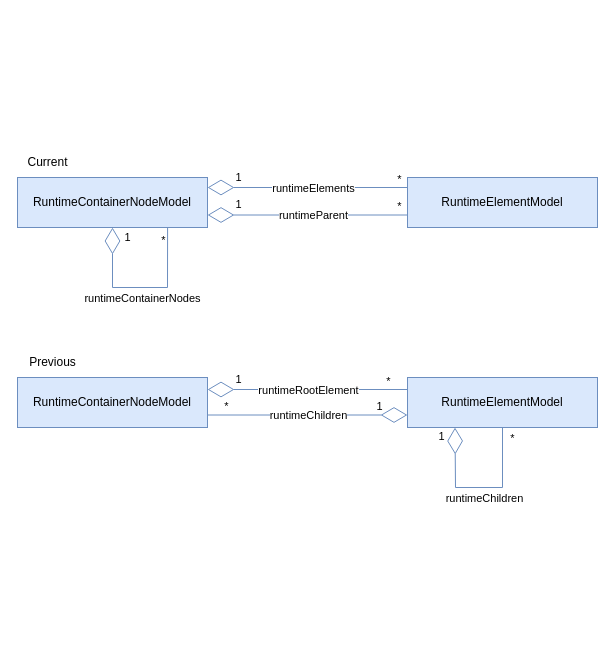
This is page "class-diagram" (5 of 5) of renderpipe.drawio from codelab-app/diagrams, a draw.io file, before an edit. Source tidied: cells renumbered, new cells numbered last; positions are measured from the earlier drawing's top-left corner, leaving out a move shared by most shapes. Both pictures are drawn from the tidied source at 100%, with x=0, y=0 at pixel (17, 147).
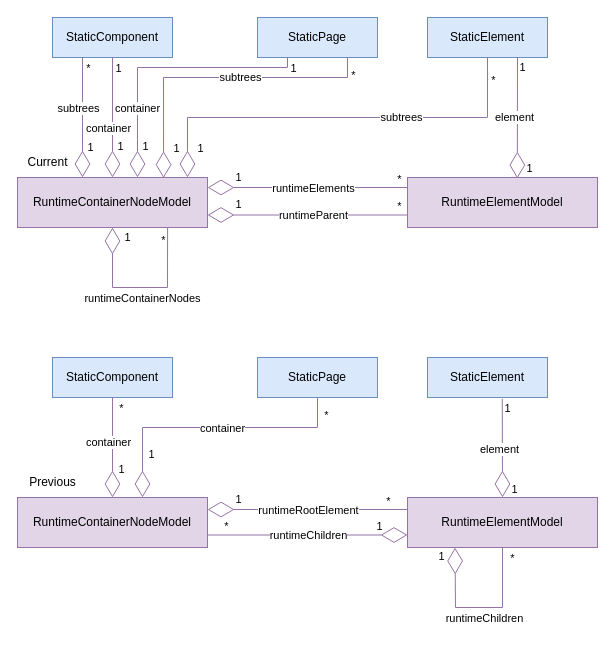
The same page after the edit.

Commit message:
wip: update class diagram

What changed in the source:
```diff
@@
-    <mxCell id="2" value="RuntimeContainerNodeModel" style="html=1;whiteSpace=wrap;fillColor=#dae8fc;strokeColor=#6c8ebf;" parent="1" vertex="1">
+    <mxCell id="2" value="RuntimeContainerNodeModel" style="html=1;whiteSpace=wrap;fillColor=#e1d5e7;strokeColor=#9673a6;" parent="1" vertex="1">
       <mxGeometry y="30" width="190" height="50" as="geometry" />
     </mxCell>
-    <mxCell id="3" value="RuntimeElementModel" style="html=1;whiteSpace=wrap;fillColor=#dae8fc;strokeColor=#6c8ebf;" parent="1" vertex="1">
+    <mxCell id="3" value="RuntimeElementModel" style="html=1;whiteSpace=wrap;fillColor=#e1d5e7;strokeColor=#9673a6;" parent="1" vertex="1">
       <mxGeometry x="390" y="30" width="190" height="50" as="geometry" />
     </mxCell>
-    <mxCell id="4" style="endArrow=diamondThin;endFill=0;endSize=24;html=1;rounded=0;entryX=1;entryY=0.5;entryDx=0;entryDy=0;fillColor=#dae8fc;strokeColor=#6c8ebf;" parent="1" edge="1">
+    <mxCell id="4" style="endArrow=diamondThin;endFill=0;endSize=24;html=1;rounded=0;entryX=1;entryY=0.5;entryDx=0;entryDy=0;fillColor=#e1d5e7;strokeColor=#9673a6;" parent="1" edge="1">
       <mxGeometry relative="1" as="geometry">
         <mxPoint x="390" y="40" as="sourcePoint" />
         <mxPoint x="190" y="40" as="targetPoint" />
       </mxGeometry>
     </mxCell>
@@
-    <mxCell id="8" style="endArrow=diamondThin;endFill=0;endSize=24;html=1;rounded=0;entryX=1;entryY=0.75;entryDx=0;entryDy=0;exitX=0;exitY=0.75;exitDx=0;exitDy=0;fillColor=#dae8fc;strokeColor=#6c8ebf;" parent="1" edge="1" source="3" target="2">
+    <mxCell id="8" style="endArrow=diamondThin;endFill=0;endSize=24;html=1;rounded=0;entryX=1;entryY=0.75;entryDx=0;entryDy=0;exitX=0;exitY=0.75;exitDx=0;exitDy=0;fillColor=#e1d5e7;strokeColor=#9673a6;" parent="1" edge="1" source="3" target="2">
       <mxGeometry relative="1" as="geometry" />
     </mxCell>
@@
-    <mxCell id="12" style="endArrow=diamondThin;endFill=0;endSize=24;html=1;rounded=0;exitX=0.79;exitY=1.002;exitDx=0;exitDy=0;entryX=0.5;entryY=1;entryDx=0;entryDy=0;exitPerimeter=0;fillColor=#dae8fc;strokeColor=#6c8ebf;" parent="1" edge="1" source="2" target="2">
+    <mxCell id="12" style="endArrow=diamondThin;endFill=0;endSize=24;html=1;rounded=0;exitX=0.79;exitY=1.002;exitDx=0;exitDy=0;entryX=0.5;entryY=1;entryDx=0;entryDy=0;exitPerimeter=0;fillColor=#e1d5e7;strokeColor=#9673a6;" parent="1" edge="1" source="2" target="2">
       <mxGeometry relative="1" as="geometry">
         <Array as="points">
           <mxPoint x="150" y="140" />
           <mxPoint x="95" y="140" />
         </Array>
       </mxGeometry>
     </mxCell>
@@
-    <mxCell id="16" value="RuntimeContainerNodeModel" style="html=1;whiteSpace=wrap;fillColor=#dae8fc;strokeColor=#6c8ebf;" parent="1" vertex="1">
-      <mxGeometry y="230" width="190" height="50" as="geometry" />
+    <mxCell id="16" value="RuntimeContainerNodeModel" style="html=1;whiteSpace=wrap;fillColor=#e1d5e7;strokeColor=#9673a6;" parent="1" vertex="1">
+      <mxGeometry y="350" width="190" height="50" as="geometry" />
     </mxCell>
-    <mxCell id="17" value="RuntimeElementModel" style="html=1;whiteSpace=wrap;fillColor=#dae8fc;strokeColor=#6c8ebf;" parent="1" vertex="1">
-      <mxGeometry x="390" y="230" width="190" height="50" as="geometry" />
+    <mxCell id="17" value="RuntimeElementModel" style="html=1;whiteSpace=wrap;fillColor=#e1d5e7;strokeColor=#9673a6;" parent="1" vertex="1">
+      <mxGeometry x="390" y="350" width="190" height="50" as="geometry" />
     </mxCell>
-    <mxCell id="18" style="endArrow=diamondThin;endFill=0;endSize=24;html=1;rounded=0;entryX=1;entryY=0.5;entryDx=0;entryDy=0;exitX=0;exitY=0.5;exitDx=0;exitDy=0;fillColor=#dae8fc;strokeColor=#6c8ebf;" parent="1" edge="1">
+    <mxCell id="18" style="endArrow=diamondThin;endFill=0;endSize=24;html=1;rounded=0;entryX=1;entryY=0.5;entryDx=0;entryDy=0;exitX=0;exitY=0.5;exitDx=0;exitDy=0;fillColor=#e1d5e7;strokeColor=#9673a6;" parent="1" edge="1">
       <mxGeometry relative="1" as="geometry">
-        <mxPoint x="390" y="242" as="sourcePoint" />
-        <mxPoint x="190" y="242" as="targetPoint" />
+        <mxPoint x="390" y="362" as="sourcePoint" />
+        <mxPoint x="190" y="362" as="targetPoint" />
       </mxGeometry>
     </mxCell>
@@
-    <mxCell id="22" style="endArrow=diamondThin;endFill=0;endSize=24;html=1;rounded=0;entryX=0;entryY=0.75;entryDx=0;entryDy=0;exitX=1;exitY=0.75;exitDx=0;exitDy=0;fillColor=#dae8fc;strokeColor=#6c8ebf;" parent="1" edge="1" source="16" target="17">
+    <mxCell id="22" style="endArrow=diamondThin;endFill=0;endSize=24;html=1;rounded=0;entryX=0;entryY=0.75;entryDx=0;entryDy=0;exitX=1;exitY=0.75;exitDx=0;exitDy=0;fillColor=#e1d5e7;strokeColor=#9673a6;" parent="1" edge="1" source="16" target="17">
       <mxGeometry relative="1" as="geometry" />
     </mxCell>
@@
-    <mxCell id="26" style="endArrow=diamondThin;endFill=0;endSize=24;html=1;rounded=0;entryX=0.25;entryY=1;entryDx=0;entryDy=0;exitX=0.5;exitY=1;exitDx=0;exitDy=0;fillColor=#dae8fc;strokeColor=#6c8ebf;" parent="1" edge="1" source="17" target="17">
+    <mxCell id="26" style="endArrow=diamondThin;endFill=0;endSize=24;html=1;rounded=0;entryX=0.25;entryY=1;entryDx=0;entryDy=0;exitX=0.5;exitY=1;exitDx=0;exitDy=0;fillColor=#e1d5e7;strokeColor=#9673a6;" parent="1" edge="1" source="17" target="17">
       <mxGeometry relative="1" as="geometry">
         <Array as="points">
-          <mxPoint x="485" y="340" />
-          <mxPoint x="438" y="340" />
+          <mxPoint x="485" y="460" />
+          <mxPoint x="438" y="460" />
         </Array>
       </mxGeometry>
     </mxCell>
@@
     <mxCell id="31" value="Previous" style="text;html=1;align=center;verticalAlign=middle;strokeColor=none;fillColor=none;" parent="1" vertex="1">
-      <mxGeometry y="200" width="70" height="30" as="geometry" />
+      <mxGeometry y="320" width="70" height="30" as="geometry" />
     </mxCell>
+    <mxCell id="32" value="StaticComponent" style="html=1;whiteSpace=wrap;fillColor=#dae8fc;strokeColor=#6c8ebf;" parent="1" vertex="1">
+      <mxGeometry x="35" y="-130" width="120" height="40" as="geometry" />
+    </mxCell>
+    <mxCell id="33" value="StaticElement" style="html=1;whiteSpace=wrap;fillColor=#dae8fc;strokeColor=#6c8ebf;" parent="1" vertex="1">
+      <mxGeometry x="410" y="-130" width="120" height="40" as="geometry" />
+    </mxCell>
+    <mxCell id="34" value="StaticPage" style="html=1;whiteSpace=wrap;fillColor=#dae8fc;strokeColor=#6c8ebf;" parent="1" vertex="1">
+      <mxGeometry x="240" y="-130" width="120" height="40" as="geometry" />
+    </mxCell>
+    <mxCell id="35" style="endArrow=diamondThin;endFill=0;endSize=24;html=1;rounded=0;exitX=0.5;exitY=1;exitDx=0;exitDy=0;entryX=0.5;entryY=0;entryDx=0;entryDy=0;fillColor=#e1d5e7;strokeColor=#9673a6;" parent="1" edge="1">
+      <mxGeometry relative="1" as="geometry">
+        <mxPoint x="65" y="-90" as="sourcePoint" />
+        <mxPoint x="65" y="30" as="targetPoint" />
+      </mxGeometry>
+    </mxCell>
+    <mxCell id="36" value="subtrees" style="edgeLabel;html=1;align=center;verticalAlign=middle;" parent="35" vertex="1">
+      <mxGeometry x="-0.12" relative="1" as="geometry">
+        <mxPoint x="-5" y="-3" as="offset" />
+      </mxGeometry>
+    </mxCell>
+    <mxCell id="37" value="1" style="edgeLabel;html=1;align=center;verticalAlign=middle;" parent="35" vertex="1">
+      <mxGeometry x="0.83" y="-1" relative="1" as="geometry">
+        <mxPoint x="8" y="-21" as="offset" />
+      </mxGeometry>
+    </mxCell>
+    <mxCell id="38" value="*" style="edgeLabel;html=1;align=center;verticalAlign=middle;" parent="35" vertex="1">
+      <mxGeometry x="-0.92" y="-1" relative="1" as="geometry">
+        <mxPoint x="6" y="5" as="offset" />
+      </mxGeometry>
+    </mxCell>
+    <mxCell id="39" style="endArrow=diamondThin;endFill=0;endSize=24;html=1;rounded=0;exitX=0.5;exitY=1;exitDx=0;exitDy=0;entryX=0.611;entryY=0.012;entryDx=0;entryDy=0;fillColor=#e1d5e7;strokeColor=#9673a6;entryPerimeter=0;" parent="1" edge="1">
+      <mxGeometry relative="1" as="geometry">
+        <mxPoint x="330" y="-90" as="sourcePoint" />
+        <mxPoint x="146.1" y="30.6" as="targetPoint" />
+        <Array as="points">
+          <mxPoint x="330" y="-70" />
+          <mxPoint x="146" y="-70" />
+        </Array>
+      </mxGeometry>
+    </mxCell>
+    <mxCell id="40" value="subtrees" style="edgeLabel;html=1;align=center;verticalAlign=middle;" parent="39" vertex="1">
+      <mxGeometry x="-0.12" relative="1" as="geometry">
+        <mxPoint x="6" y="-1" as="offset" />
+      </mxGeometry>
+    </mxCell>
+    <mxCell id="41" value="1" style="edgeLabel;html=1;align=center;verticalAlign=middle;" parent="39" vertex="1">
+      <mxGeometry x="0.83" y="-1" relative="1" as="geometry">
+        <mxPoint x="13" y="-5" as="offset" />
+      </mxGeometry>
+    </mxCell>
+    <mxCell id="42" value="*" style="edgeLabel;html=1;align=center;verticalAlign=middle;" parent="39" vertex="1">
+      <mxGeometry x="-0.92" y="-1" relative="1" as="geometry">
+        <mxPoint x="6" y="5" as="offset" />
+      </mxGeometry>
+    </mxCell>
+    <mxCell id="43" style="endArrow=diamondThin;endFill=0;endSize=24;html=1;rounded=0;exitX=0.5;exitY=1;exitDx=0;exitDy=0;entryX=0.723;entryY=0.002;entryDx=0;entryDy=0;fillColor=#e1d5e7;strokeColor=#9673a6;entryPerimeter=0;" parent="1" edge="1" source="33">
+      <mxGeometry relative="1" as="geometry">
+        <mxPoint x="170" y="30" as="targetPoint" />
+        <Array as="points">
+          <mxPoint x="470" y="-30" />
+          <mxPoint x="170" y="-30" />
+        </Array>
+      </mxGeometry>
+    </mxCell>
+    <mxCell id="44" value="subtrees" style="edgeLabel;html=1;align=center;verticalAlign=middle;" parent="43" vertex="1">
+      <mxGeometry x="-0.12" relative="1" as="geometry">
+        <mxPoint x="38" y="-1" as="offset" />
+      </mxGeometry>
+    </mxCell>
+    <mxCell id="45" value="1" style="edgeLabel;html=1;align=center;verticalAlign=middle;" parent="43" vertex="1">
+      <mxGeometry x="0.83" y="-1" relative="1" as="geometry">
+        <mxPoint x="13" y="6" as="offset" />
+      </mxGeometry>
+    </mxCell>
+    <mxCell id="46" value="*" style="edgeLabel;html=1;align=center;verticalAlign=middle;" parent="43" vertex="1">
+      <mxGeometry x="-0.92" y="-1" relative="1" as="geometry">
+        <mxPoint x="6" y="5" as="offset" />
+      </mxGeometry>
+    </mxCell>
+    <mxCell id="47" style="endArrow=diamondThin;endFill=0;endSize=24;html=1;rounded=0;exitX=0.75;exitY=1;exitDx=0;exitDy=0;entryX=0.578;entryY=0.021;entryDx=0;entryDy=0;fillColor=#e1d5e7;strokeColor=#9673a6;entryPerimeter=0;" parent="1" edge="1" source="33" target="3">
+      <mxGeometry relative="1" as="geometry" />
+    </mxCell>
+    <mxCell id="48" value="element" style="edgeLabel;html=1;align=center;verticalAlign=middle;" parent="47" vertex="1">
+      <mxGeometry x="-0.12" relative="1" as="geometry">
+        <mxPoint x="-3" y="7" as="offset" />
+      </mxGeometry>
+    </mxCell>
+    <mxCell id="49" value="1" style="edgeLabel;html=1;align=center;verticalAlign=middle;" parent="47" vertex="1">
+      <mxGeometry x="0.83" y="-1" relative="1" as="geometry">
+        <mxPoint x="13" as="offset" />
+      </mxGeometry>
+    </mxCell>
+    <mxCell id="50" value="1" style="edgeLabel;html=1;align=center;verticalAlign=middle;" parent="47" vertex="1">
+      <mxGeometry x="-0.92" y="-1" relative="1" as="geometry">
+        <mxPoint x="6" y="5" as="offset" />
+      </mxGeometry>
+    </mxCell>
+    <mxCell id="51" style="endArrow=diamondThin;endFill=0;endSize=24;html=1;rounded=0;exitX=0.5;exitY=1;exitDx=0;exitDy=0;entryX=0.5;entryY=0;entryDx=0;entryDy=0;fillColor=#e1d5e7;strokeColor=#9673a6;" parent="1" edge="1">
+      <mxGeometry relative="1" as="geometry">
+        <mxPoint x="95" y="-90" as="sourcePoint" />
+        <mxPoint x="95" y="30" as="targetPoint" />
+      </mxGeometry>
+    </mxCell>
+    <mxCell id="52" value="container" style="edgeLabel;html=1;align=center;verticalAlign=middle;" parent="51" vertex="1">
+      <mxGeometry x="-0.12" relative="1" as="geometry">
+        <mxPoint x="-5" y="17" as="offset" />
+      </mxGeometry>
+    </mxCell>
+    <mxCell id="53" value="1" style="edgeLabel;html=1;align=center;verticalAlign=middle;" parent="51" vertex="1">
+      <mxGeometry x="0.83" y="-1" relative="1" as="geometry">
+        <mxPoint x="8" y="-22" as="offset" />
+      </mxGeometry>
+    </mxCell>
+    <mxCell id="54" value="1" style="edgeLabel;html=1;align=center;verticalAlign=middle;" parent="51" vertex="1">
+      <mxGeometry x="-0.92" y="-1" relative="1" as="geometry">
+        <mxPoint x="6" y="5" as="offset" />
+      </mxGeometry>
+    </mxCell>
+    <mxCell id="55" style="endArrow=diamondThin;endFill=0;endSize=24;html=1;rounded=0;exitX=0.25;exitY=1;exitDx=0;exitDy=0;entryX=0.5;entryY=0;entryDx=0;entryDy=0;fillColor=#e1d5e7;strokeColor=#9673a6;" parent="1" edge="1" source="34">
+      <mxGeometry relative="1" as="geometry">
+        <mxPoint x="120" y="30" as="targetPoint" />
+        <Array as="points">
+          <mxPoint x="270" y="-80" />
+          <mxPoint x="120" y="-80" />
+        </Array>
+      </mxGeometry>
+    </mxCell>
+    <mxCell id="56" value="container" style="edgeLabel;html=1;align=center;verticalAlign=middle;" parent="55" vertex="1">
+      <mxGeometry x="-0.12" relative="1" as="geometry">
+        <mxPoint x="-42" y="40" as="offset" />
+      </mxGeometry>
+    </mxCell>
+    <mxCell id="57" value="1" style="edgeLabel;html=1;align=center;verticalAlign=middle;" parent="55" vertex="1">
+      <mxGeometry x="0.83" y="-1" relative="1" as="geometry">
+        <mxPoint x="8" y="-9" as="offset" />
+      </mxGeometry>
+    </mxCell>
+    <mxCell id="58" value="1" style="edgeLabel;html=1;align=center;verticalAlign=middle;" parent="55" vertex="1">
+      <mxGeometry x="-0.92" y="-1" relative="1" as="geometry">
+        <mxPoint x="6" y="1" as="offset" />
+      </mxGeometry>
+    </mxCell>
+    <mxCell id="59" value="StaticComponent" style="html=1;whiteSpace=wrap;fillColor=#dae8fc;strokeColor=#6c8ebf;" parent="1" vertex="1">
+      <mxGeometry x="35" y="210" width="120" height="40" as="geometry" />
+    </mxCell>
+    <mxCell id="60" value="StaticElement" style="html=1;whiteSpace=wrap;fillColor=#dae8fc;strokeColor=#6c8ebf;" parent="1" vertex="1">
+      <mxGeometry x="410" y="210" width="120" height="40" as="geometry" />
+    </mxCell>
+    <mxCell id="61" value="StaticPage" style="html=1;whiteSpace=wrap;fillColor=#dae8fc;strokeColor=#6c8ebf;" parent="1" vertex="1">
+      <mxGeometry x="240" y="210" width="120" height="40" as="geometry" />
+    </mxCell>
+    <mxCell id="62" style="endArrow=diamondThin;endFill=0;endSize=24;html=1;rounded=0;exitX=0.5;exitY=1;exitDx=0;exitDy=0;fillColor=#e1d5e7;strokeColor=#9673a6;entryX=0.5;entryY=0;entryDx=0;entryDy=0;" parent="1" edge="1" source="59" target="16">
+      <mxGeometry relative="1" as="geometry" />
+    </mxCell>
+    <mxCell id="63" value="container" style="edgeLabel;html=1;align=center;verticalAlign=middle;" parent="62" vertex="1">
+      <mxGeometry x="-0.12" relative="1" as="geometry">
+        <mxPoint x="-5" as="offset" />
+      </mxGeometry>
+    </mxCell>
+    <mxCell id="64" value="1" style="edgeLabel;html=1;align=center;verticalAlign=middle;" parent="62" vertex="1">
+      <mxGeometry x="0.83" y="-1" relative="1" as="geometry">
+        <mxPoint x="9" y="-21" as="offset" />
+      </mxGeometry>
+    </mxCell>
+    <mxCell id="65" value="*" style="edgeLabel;html=1;align=center;verticalAlign=middle;" parent="62" vertex="1">
+      <mxGeometry x="-0.92" y="-1" relative="1" as="geometry">
+        <mxPoint x="9" y="6" as="offset" />
+      </mxGeometry>
+    </mxCell>
+    <mxCell id="66" style="endArrow=diamondThin;endFill=0;endSize=24;html=1;rounded=0;exitX=0.5;exitY=1;exitDx=0;exitDy=0;fillColor=#e1d5e7;strokeColor=#9673a6;entryX=0.5;entryY=0;entryDx=0;entryDy=0;" parent="1" edge="1" source="61">
+      <mxGeometry relative="1" as="geometry">
+        <mxPoint x="125" y="350" as="targetPoint" />
+        <Array as="points">
+          <mxPoint x="300" y="280" />
+          <mxPoint x="125" y="280" />
+        </Array>
+      </mxGeometry>
+    </mxCell>
+    <mxCell id="67" value="container" style="edgeLabel;html=1;align=center;verticalAlign=middle;" parent="66" vertex="1">
+      <mxGeometry x="-0.12" relative="1" as="geometry">
+        <mxPoint x="-5" as="offset" />
+      </mxGeometry>
+    </mxCell>
+    <mxCell id="68" value="1" style="edgeLabel;html=1;align=center;verticalAlign=middle;" parent="66" vertex="1">
+      <mxGeometry x="0.83" y="-1" relative="1" as="geometry">
+        <mxPoint x="9" y="-21" as="offset" />
+      </mxGeometry>
+    </mxCell>
+    <mxCell id="69" value="*" style="edgeLabel;html=1;align=center;verticalAlign=middle;" parent="66" vertex="1">
+      <mxGeometry x="-0.92" y="-1" relative="1" as="geometry">
+        <mxPoint x="9" y="6" as="offset" />
+      </mxGeometry>
+    </mxCell>
+    <mxCell id="70" style="endArrow=diamondThin;endFill=0;endSize=24;html=1;rounded=0;exitX=0.623;exitY=1.035;exitDx=0;exitDy=0;entryX=0.5;entryY=0;entryDx=0;entryDy=0;fillColor=#e1d5e7;strokeColor=#9673a6;exitPerimeter=0;" parent="1" edge="1" source="60" target="17">
+      <mxGeometry relative="1" as="geometry" />
+    </mxCell>
+    <mxCell id="71" value="element" style="edgeLabel;html=1;align=center;verticalAlign=middle;" parent="70" vertex="1">
+      <mxGeometry x="-0.12" relative="1" as="geometry">
+        <mxPoint x="-3" y="7" as="offset" />
+      </mxGeometry>
+    </mxCell>
+    <mxCell id="72" value="1" style="edgeLabel;html=1;align=center;verticalAlign=middle;" parent="70" vertex="1">
+      <mxGeometry x="0.83" y="-1" relative="1" as="geometry">
+        <mxPoint x="13" as="offset" />
+      </mxGeometry>
+    </mxCell>
+    <mxCell id="73" value="1" style="edgeLabel;html=1;align=center;verticalAlign=middle;" parent="70" vertex="1">
+      <mxGeometry x="-0.92" y="-1" relative="1" as="geometry">
+        <mxPoint x="6" y="5" as="offset" />
+      </mxGeometry>
+    </mxCell>
```
